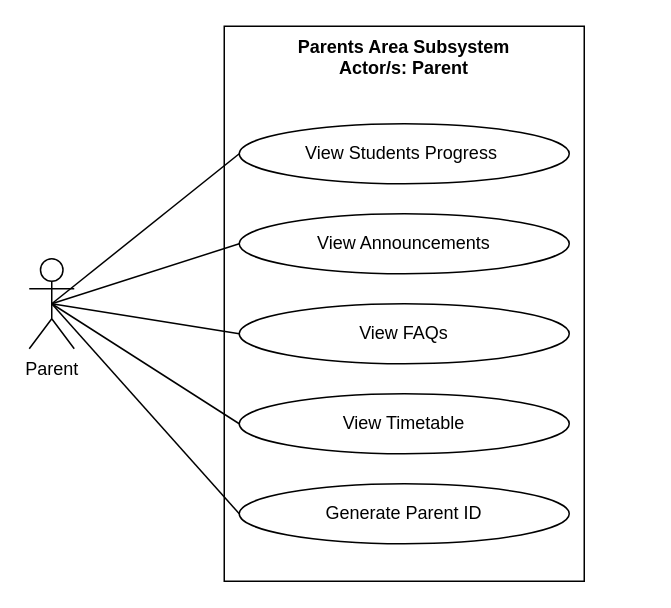
The draw.io diagram page "PARENTS AREA" (2 of 7) of REVISIONS/UML-DIAGRAMS/6-9-2021/USE CASE/use case.drawio in mrklglsn/CAPSTONE-FILES, before the edit. Source tidied: cells renumbered, new cells numbered last; positions are measured from the earlier drawing's top-left corner, leaving out a move shared by most shapes. Both pictures are drawn from the tidied source at 150%, with x=0, y=0 at pixel (28, 26).
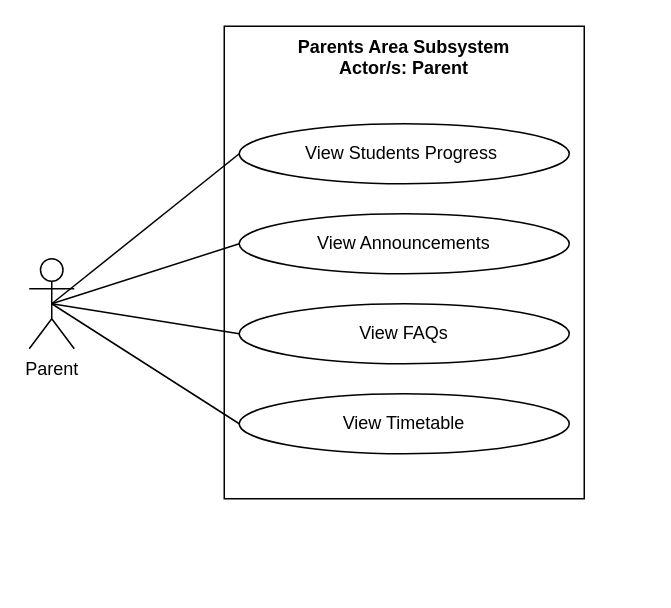
The same page after the edit.

Change to the diagram source:
```diff
@@
 <mxGraphModel>
   <root>
     <mxCell id="0" />
     <mxCell id="1" parent="0" />
     <mxCell id="2" style="html=1;fillColor=none;" parent="1" vertex="1">
-      <mxGeometry x="130" width="240" height="370" as="geometry" />
+      <mxGeometry x="130" width="240" height="315" as="geometry" />
     </mxCell>
     <mxCell id="3" style="edgeStyle=none;rounded=0;jumpStyle=arc;jumpSize=14;jettySize=auto;html=1;exitX=0.5;exitY=0.5;exitDx=0;exitDy=0;exitPerimeter=0;entryX=0;entryY=0.5;entryDx=0;entryDy=0;startArrow=none;startFill=0;endArrow=none;endFill=0;startSize=11;endSize=11;" parent="1" edge="1" source="8" target="10">
       <mxGeometry relative="1" as="geometry" />
     </mxCell>
     <mxCell id="4" style="edgeStyle=none;rounded=0;jumpStyle=arc;jumpSize=14;jettySize=auto;html=1;exitX=0.5;exitY=0.5;exitDx=0;exitDy=0;exitPerimeter=0;entryX=0;entryY=0.5;entryDx=0;entryDy=0;endArrow=none;endFill=0;startSize=9;endSize=11;" parent="1" edge="1" source="8" target="11">
       <mxGeometry relative="1" as="geometry" />
     </mxCell>
     <mxCell id="5" style="edgeStyle=none;rounded=0;jumpStyle=arc;jumpSize=14;jettySize=auto;html=1;exitX=0.5;exitY=0.5;exitDx=0;exitDy=0;exitPerimeter=0;entryX=0;entryY=0.5;entryDx=0;entryDy=0;endArrow=none;endFill=0;startSize=9;endSize=11;" parent="1" edge="1" source="8" target="12">
       <mxGeometry relative="1" as="geometry" />
     </mxCell>
     <mxCell id="6" style="edgeStyle=none;rounded=0;jumpStyle=arc;jumpSize=14;jettySize=auto;html=1;exitX=0.5;exitY=0.5;exitDx=0;exitDy=0;exitPerimeter=0;entryX=0;entryY=0.5;entryDx=0;entryDy=0;endArrow=none;endFill=0;startSize=9;endSize=11;" parent="1" edge="1" source="8" target="13">
       <mxGeometry relative="1" as="geometry" />
     </mxCell>
-    <mxCell id="7" style="edgeStyle=none;rounded=0;jettySize=auto;html=1;exitX=0.5;exitY=0.5;exitDx=0;exitDy=0;exitPerimeter=0;entryX=0;entryY=0.5;entryDx=0;entryDy=0;endArrow=none;endFill=0;endSize=8;" parent="1" edge="1" source="8" target="14">
-      <mxGeometry relative="1" as="geometry" />
-    </mxCell>
     <mxCell id="8" value="Parent" style="shape=umlActor;verticalLabelPosition=bottom;verticalAlign=top;html=1;fillColor=none;" parent="1" vertex="1">
       <mxGeometry y="155" width="30" height="60" as="geometry" />
     </mxCell>
     <mxCell id="9" value="Parents Area Subsystem&#10;Actor/s: Parent" style="text;align=center;fontStyle=1;verticalAlign=middle;spacingLeft=3;spacingRight=3;strokeColor=none;fillColor=none;" parent="1" vertex="1">
       <mxGeometry x="90" y="5" width="320" height="30" as="geometry" />
     </mxCell>
     <mxCell id="10" value="View Students Progress&amp;nbsp;" style="ellipse;whiteSpace=wrap;html=1;fillColor=none;" parent="1" vertex="1">
       <mxGeometry x="140" y="65" width="220" height="40" as="geometry" />
     </mxCell>
     <mxCell id="11" value="View Announcements" style="ellipse;whiteSpace=wrap;html=1;fillColor=none;" parent="1" vertex="1">
       <mxGeometry x="140" y="125" width="220" height="40" as="geometry" />
     </mxCell>
     <mxCell id="12" value="View FAQs" style="ellipse;whiteSpace=wrap;html=1;fillColor=none;" parent="1" vertex="1">
       <mxGeometry x="140" y="185" width="220" height="40" as="geometry" />
     </mxCell>
     <mxCell id="13" value="View Timetable" style="ellipse;whiteSpace=wrap;html=1;fillColor=none;" parent="1" vertex="1">
       <mxGeometry x="140" y="245" width="220" height="40" as="geometry" />
     </mxCell>
-    <mxCell id="14" value="Generate Parent ID" style="ellipse;whiteSpace=wrap;html=1;fillColor=none;" parent="1" vertex="1">
-      <mxGeometry x="140" y="305" width="220" height="40" as="geometry" />
-    </mxCell>
   </root>
 </mxGraphModel>
```
